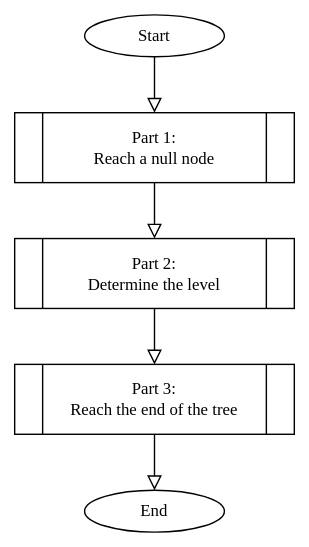
Above: minhton/docs/img/flow_diagram.svg in iml130/sola (draw.io), before the change. Source tidied: cells renumbered, new cells last; positions are measured from the earlier drawing's top-left corner, leaving out a move shared by most shapes.
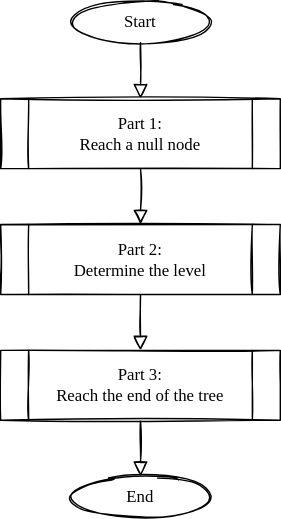
Above is the later version.

The edit, as a diff of the source:
```diff
@@ -2,31 +2,31 @@
   <root>
     <mxCell id="0" />
     <mxCell id="1" parent="0" />
-    <mxCell id="2" style="rounded=0;html=1;jettySize=auto;fontSize=11;endArrow=block;endFill=0;endSize=8;strokeWidth=1;shadow=0;labelBackgroundColor=none;edgeStyle=orthogonalEdgeStyle;exitX=0.5;exitY=1;exitDx=0;exitDy=0;entryX=0.5;entryY=0;entryDx=0;entryDy=0;" parent="1" edge="1" source="3" target="6">
+    <mxCell id="2" style="rounded=0;html=1;jettySize=auto;fontSize=11;endArrow=block;endFill=0;endSize=8;strokeWidth=1;shadow=0;labelBackgroundColor=none;edgeStyle=orthogonalEdgeStyle;exitX=0.5;exitY=1;exitDx=0;exitDy=0;entryX=0.5;entryY=0;entryDx=0;entryDy=0;sketch=1;curveFitting=1;jiggle=1;" parent="1" edge="1" source="3" target="6">
       <mxGeometry relative="1" as="geometry" />
     </mxCell>
-    <mxCell id="3" value="Start" style="ellipse;whiteSpace=wrap;html=1;fontFamily=Frutiger LT Com;" parent="1" vertex="1">
+    <mxCell id="3" value="Start" style="ellipse;whiteSpace=wrap;html=1;fontFamily=Frutiger LT Com;sketch=1;curveFitting=1;jiggle=1;" parent="1" vertex="1">
       <mxGeometry x="50" width="100" height="30" as="geometry" />
     </mxCell>
-    <mxCell id="4" value="End" style="ellipse;whiteSpace=wrap;html=1;fontFamily=Frutiger LT Com;" parent="1" vertex="1">
+    <mxCell id="4" value="End" style="ellipse;whiteSpace=wrap;html=1;fontFamily=Frutiger LT Com;sketch=1;curveFitting=1;jiggle=1;" parent="1" vertex="1">
       <mxGeometry x="50" y="340" width="100" height="30" as="geometry" />
     </mxCell>
-    <mxCell id="5" style="edgeStyle=orthogonalEdgeStyle;rounded=0;jettySize=auto;html=1;exitX=0.5;exitY=1;exitDx=0;exitDy=0;entryX=0.5;entryY=0;entryDx=0;entryDy=0;endArrow=block;endFill=0;fontFamily=Frutiger LT Com;endSize=8;" parent="1" edge="1" source="6" target="8">
+    <mxCell id="5" style="edgeStyle=orthogonalEdgeStyle;rounded=0;jettySize=auto;html=1;exitX=0.5;exitY=1;exitDx=0;exitDy=0;entryX=0.5;entryY=0;entryDx=0;entryDy=0;endArrow=block;endFill=0;fontFamily=Frutiger LT Com;endSize=8;sketch=1;curveFitting=1;jiggle=1;" parent="1" edge="1" source="6" target="8">
       <mxGeometry relative="1" as="geometry" />
     </mxCell>
-    <mxCell id="6" value="&lt;div&gt;Part 1:&lt;/div&gt;&lt;div&gt;Reach a null node&lt;br&gt;&lt;/div&gt;" style="shape=process;whiteSpace=wrap;html=1;backgroundOutline=1;fontFamily=Frutiger LT Com;" parent="1" vertex="1">
+    <mxCell id="6" value="&lt;div&gt;Part 1:&lt;/div&gt;&lt;div&gt;Reach a null node&lt;br&gt;&lt;/div&gt;" style="shape=process;whiteSpace=wrap;html=1;backgroundOutline=1;fontFamily=Frutiger LT Com;sketch=1;curveFitting=1;jiggle=1;" parent="1" vertex="1">
       <mxGeometry y="70" width="200" height="50" as="geometry" />
     </mxCell>
-    <mxCell id="7" style="edgeStyle=orthogonalEdgeStyle;rounded=0;jettySize=auto;html=1;exitX=0.5;exitY=1;exitDx=0;exitDy=0;entryX=0.5;entryY=0;entryDx=0;entryDy=0;endArrow=block;endFill=0;fontFamily=Frutiger LT Com;endSize=8;" parent="1" edge="1" source="8" target="10">
+    <mxCell id="7" style="edgeStyle=orthogonalEdgeStyle;rounded=0;jettySize=auto;html=1;exitX=0.5;exitY=1;exitDx=0;exitDy=0;entryX=0.5;entryY=0;entryDx=0;entryDy=0;endArrow=block;endFill=0;fontFamily=Frutiger LT Com;endSize=8;sketch=1;curveFitting=1;jiggle=1;" parent="1" edge="1" source="8" target="10">
       <mxGeometry relative="1" as="geometry" />
     </mxCell>
-    <mxCell id="8" value="&lt;div&gt;Part 2:&lt;/div&gt;&lt;div&gt;Determine the level&lt;br&gt;&lt;/div&gt;" style="shape=process;whiteSpace=wrap;html=1;backgroundOutline=1;fontFamily=Frutiger LT Com;" parent="1" vertex="1">
+    <mxCell id="8" value="&lt;div&gt;Part 2:&lt;/div&gt;&lt;div&gt;Determine the level&lt;br&gt;&lt;/div&gt;" style="shape=process;whiteSpace=wrap;html=1;backgroundOutline=1;fontFamily=Frutiger LT Com;sketch=1;curveFitting=1;jiggle=1;" parent="1" vertex="1">
       <mxGeometry y="160" width="200" height="50" as="geometry" />
     </mxCell>
-    <mxCell id="9" style="edgeStyle=orthogonalEdgeStyle;rounded=0;jettySize=auto;html=1;exitX=0.5;exitY=1;exitDx=0;exitDy=0;entryX=0.5;entryY=0;entryDx=0;entryDy=0;endArrow=block;endFill=0;fontFamily=Frutiger LT Com;endSize=8;" parent="1" edge="1" source="10" target="4">
+    <mxCell id="9" style="edgeStyle=orthogonalEdgeStyle;rounded=0;jettySize=auto;html=1;exitX=0.5;exitY=1;exitDx=0;exitDy=0;entryX=0.5;entryY=0;entryDx=0;entryDy=0;endArrow=block;endFill=0;fontFamily=Frutiger LT Com;endSize=8;sketch=1;curveFitting=1;jiggle=1;" parent="1" edge="1" source="10" target="4">
       <mxGeometry relative="1" as="geometry" />
     </mxCell>
-    <mxCell id="10" value="&lt;div&gt;Part 3:&lt;/div&gt;&lt;div&gt;Reach the end of the tree&lt;br&gt;&lt;/div&gt;" style="shape=process;whiteSpace=wrap;html=1;backgroundOutline=1;fontFamily=Frutiger LT Com;" parent="1" vertex="1">
+    <mxCell id="10" value="&lt;div&gt;Part 3:&lt;/div&gt;&lt;div&gt;Reach the end of the tree&lt;br&gt;&lt;/div&gt;" style="shape=process;whiteSpace=wrap;html=1;backgroundOutline=1;fontFamily=Frutiger LT Com;sketch=1;curveFitting=1;jiggle=1;" parent="1" vertex="1">
       <mxGeometry y="250" width="200" height="50" as="geometry" />
     </mxCell>
   </root>
```
